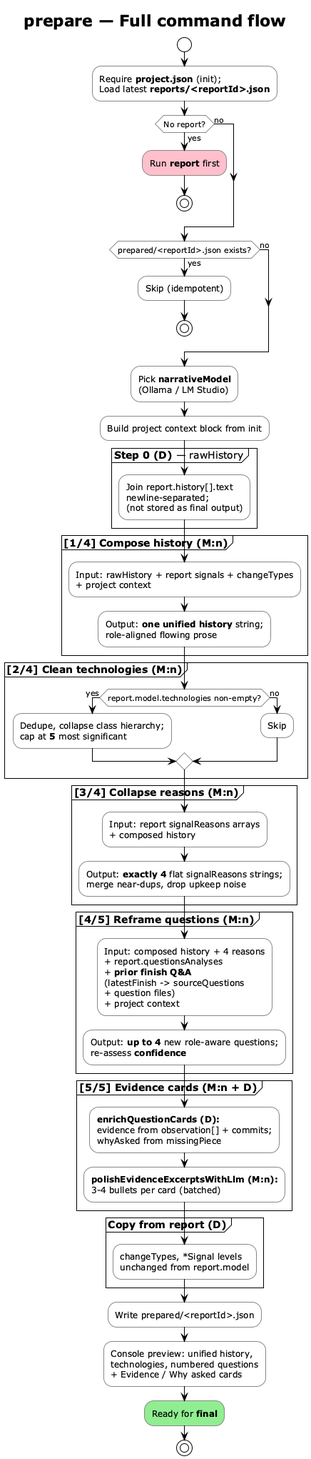
Earlier version of the PlantUML export img/prepare-command.png (vzakharchenko/dev-workgraph). Source of this version:
```plantuml
@startuml prepare-command
!theme plain
skinparam shadowing false
skinparam ActivityBorderColor #888888
skinparam NoteBackgroundColor #FFF3E0

title **prepare** — Full command flow

start

:Require **project.json** (init);\nLoad latest **reports/<reportId>.json**;

if (No report?) then (yes)
  #Pink:Run **report** first;
  stop
else (no)
endif

if (prepared/<reportId>.json exists?) then (yes)
  :Skip (idempotent);
  stop
else (no)
endif

:Pick **narrativeModel**\n(Ollama / LM Studio);

:Build project context block from init;

partition "**Step 0 (D)** — rawHistory" {
  :Join report.history[].text\nnewline-separated;\n(not stored as final output);
}

partition "**[1/4] Compose history (M:n)**" {
  :Input: rawHistory + report signals + changeTypes\n+ project context;
  :Output: **one unified history** string;\nrole-aligned flowing prose;
}

partition "**[2/4] Clean technologies (M:n)**" {
  if (report.model.technologies non-empty?) then (yes)
    :Dedupe, collapse class hierarchy;\ncap at **5** most significant;
  else (no)
    :Skip;
  endif
}

partition "**[3/4] Collapse reasons (M:n)**" {
  :Input: report signalReasons arrays\n+ composed history;
  :Output: **exactly 4** flat signalReasons strings;\nmerge near-dups, drop upkeep noise;
}

partition "**[4/5] Reframe questions (M:n)**" {
  :Input: composed history + 4 reasons\n+ report.questionsAnalyses\n+ **prior finish Q&A**\n(latestFinish -> sourceQuestions\n+ question files)\n+ project context;
  :Output: **up to 4** new role-aware questions;\nre-assess **confidence**;
}

partition "**[5/5] Evidence cards (M:n + D)**" {
  :**enrichQuestionCards (D):**\nevidence from observation[] + commits;\nwhyAsked from missingPiece;
  :**polishEvidenceExcerptsWithLlm (M:n):**\n3-4 bullets per card (batched);
}

partition "**Copy from report (D)**" {
  :changeTypes, *Signal levels\nunchanged from report.model;
}

:Write prepared/<reportId>.json;

:Console preview: unified history,\ntechnologies, numbered questions\n+ Evidence / Why asked cards;

#LightGreen:Ready for **final**;

stop

@enduml
```
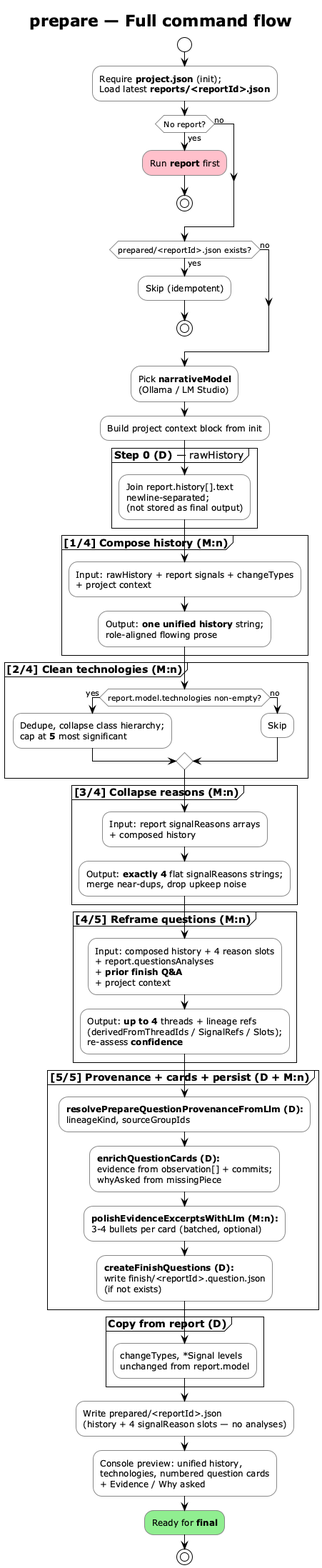
Later version of the same file.

Change to the diagram source:
```diff
@@ -49,22 +49,24 @@
 }
 
 partition "**[4/5] Reframe questions (M:n)**" {
-  :Input: composed history + 4 reasons\n+ report.questionsAnalyses\n+ **prior finish Q&A**\n(latestFinish -> sourceQuestions\n+ question files)\n+ project context;
-  :Output: **up to 4** new role-aware questions;\nre-assess **confidence**;
+  :Input: composed history + 4 reason slots\n+ report.questionsAnalyses\n+ **prior finish Q&A**\n+ project context;
+  :Output: **up to 4** threads + lineage refs\n(derivedFromThreadIds / SignalRefs / Slots);\nre-assess **confidence**;
 }
 
-partition "**[5/5] Evidence cards (M:n + D)**" {
+partition "**[5/5] Provenance + cards + persist (D + M:n)**" {
+  :**resolvePrepareQuestionProvenanceFromLlm (D):**\nlineageKind, sourceGroupIds;
   :**enrichQuestionCards (D):**\nevidence from observation[] + commits;\nwhyAsked from missingPiece;
-  :**polishEvidenceExcerptsWithLlm (M:n):**\n3-4 bullets per card (batched);
+  :**polishEvidenceExcerptsWithLlm (M:n):**\n3-4 bullets per card (batched, optional);
+  :**createFinishQuestions (D):**\nwrite finish/<reportId>.question.json\n(if not exists);
 }
 
 partition "**Copy from report (D)**" {
   :changeTypes, *Signal levels\nunchanged from report.model;
 }
 
-:Write prepared/<reportId>.json;
+:Write prepared/<reportId>.json\n(history + 4 signalReason slots — no analyses);
 
-:Console preview: unified history,\ntechnologies, numbered questions\n+ Evidence / Why asked cards;
+:Console preview: unified history,\ntechnologies, numbered question cards\n+ Evidence / Why asked;
 
 #LightGreen:Ready for **final**;
 
```
